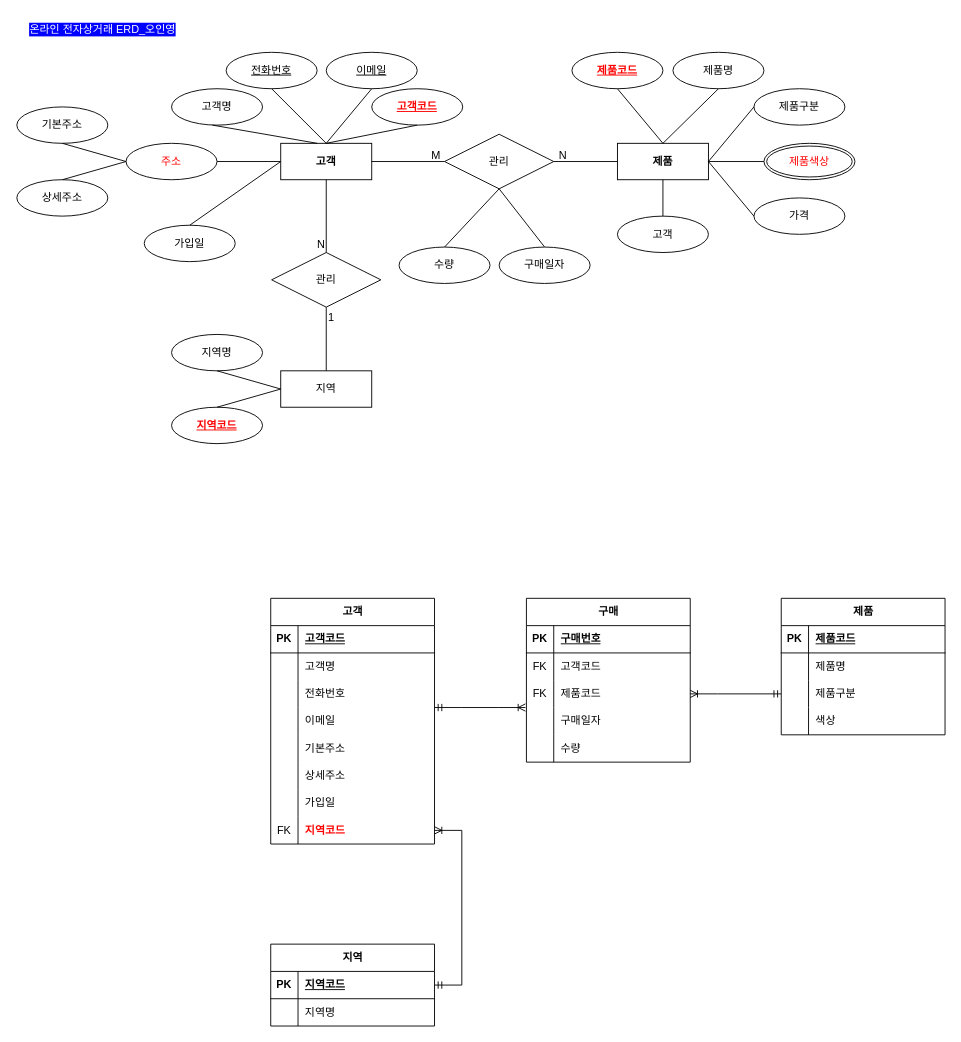
Above: prodeuct.drawio in oin1230/OIN (draw.io), before the change. Source tidied: cells renumbered, new cells numbered last; positions are measured from the earlier drawing's top-left corner, leaving out a move shared by most shapes. Both pictures are drawn from the tidied source at 91%, with x=0, y=0 at pixel (15, 15).
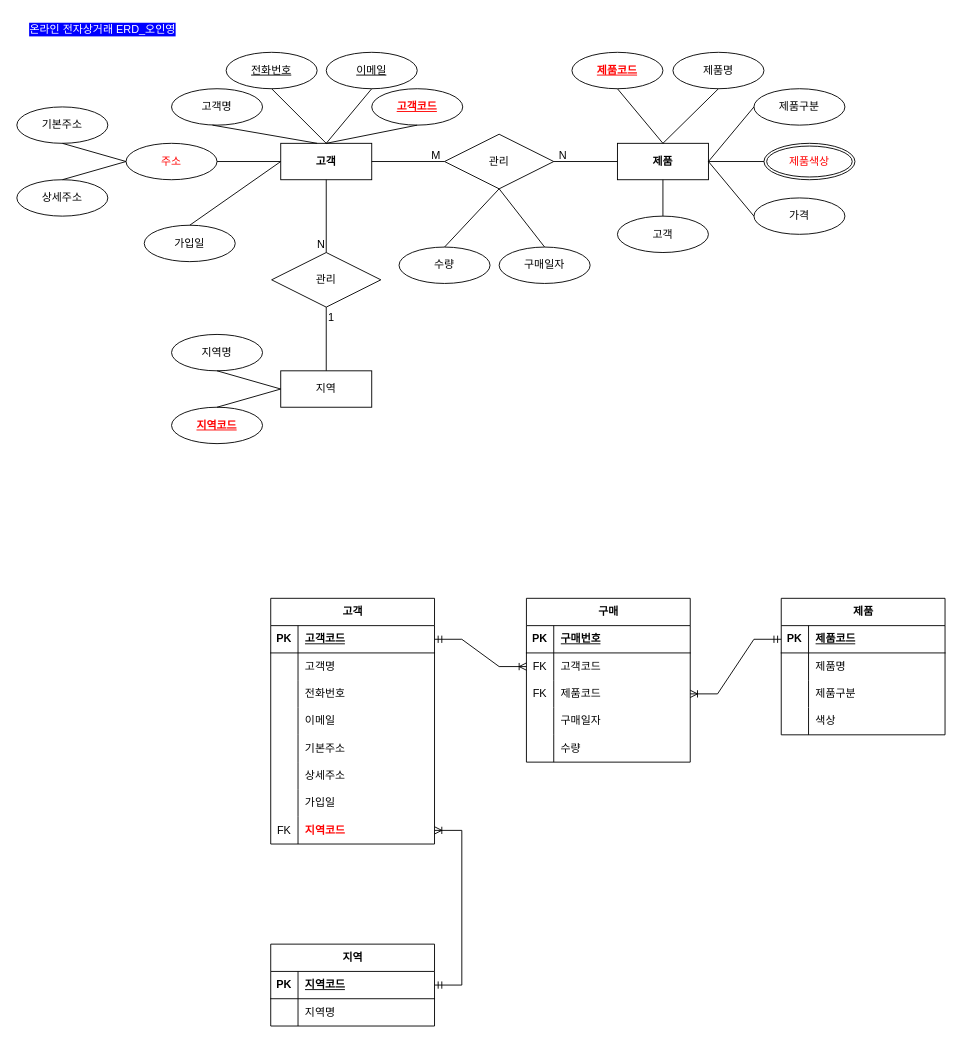
The same diagram, later.

The change refers to these unchanged cells:
```xml
<mxCell id="54" style="shape=tableRow;horizontal=0;startSize=0;swimlaneHead=0;swimlaneBody=0;fillColor=none;points=[[0,0.5],[1,0.5]];portConstraint=eastwest;top=0;left=0;right=0;bottom=1;" parent="53" vertex="1">
  <mxGeometry y="30" width="180" height="30" as="geometry" />
</mxCell>
<mxCell id="86" style="shape=tableRow;horizontal=0;startSize=0;swimlaneHead=0;swimlaneBody=0;fillColor=none;points=[[0,0.5],[1,0.5]];portConstraint=eastwest;top=0;left=0;right=0;bottom=1;" parent="85" vertex="1">
  <mxGeometry y="30" width="180" height="30" as="geometry" />
</mxCell>
<mxCell id="92" style="shape=tableRow;horizontal=0;startSize=0;swimlaneHead=0;swimlaneBody=0;fillColor=none;points=[[0,0.5],[1,0.5]];portConstraint=eastwest;top=0;left=0;right=0;bottom=0;" parent="85" vertex="1">
  <mxGeometry y="90" width="180" height="30" as="geometry" />
</mxCell>
<mxCell id="102" style="shape=tableRow;horizontal=0;startSize=0;swimlaneHead=0;swimlaneBody=0;fillColor=none;points=[[0,0.5],[1,0.5]];portConstraint=eastwest;top=0;left=0;right=0;bottom=0;" parent="98" vertex="1">
  <mxGeometry y="60" width="180" height="30" as="geometry" />
</mxCell>
<mxCell id="105" style="shape=tableRow;horizontal=0;startSize=0;swimlaneHead=0;swimlaneBody=0;fillColor=none;points=[[0,0.5],[1,0.5]];portConstraint=eastwest;top=0;left=0;right=0;bottom=0;" parent="98" vertex="1">
  <mxGeometry y="90" width="180" height="30" as="geometry" />
</mxCell>
<mxCell id="108" style="shape=tableRow;horizontal=0;startSize=0;swimlaneHead=0;swimlaneBody=0;fillColor=none;points=[[0,0.5],[1,0.5]];portConstraint=eastwest;top=0;left=0;right=0;bottom=0;" parent="98" vertex="1">
  <mxGeometry y="120" width="180" height="30" as="geometry" />
</mxCell>
```

Diff of the diagram source:
```diff
@@
-    <mxCell id="115" style="edgeStyle=entityRelationEdgeStyle;fontSize=12;html=1;endArrow=ERoneToMany;startArrow=ERmandOne;rounded=0;exitX=0.006;exitY=0;exitDx=0;exitDy=0;exitPerimeter=0;entryX=-0.006;entryY=0;entryDx=0;entryDy=0;entryPerimeter=0;" parent="1" edge="1" target="108">
+    <mxCell id="115" style="edgeStyle=entityRelationEdgeStyle;fontSize=12;html=1;endArrow=ERoneToMany;startArrow=ERmandOne;rounded=0;exitX=1;exitY=0.5;exitDx=0;exitDy=0;entryX=0;entryY=0.5;entryDx=0;entryDy=0;" parent="1" edge="1" source="54" target="102">
       <mxGeometry relative="1" as="geometry">
-        <mxPoint x="460" y="760" as="sourcePoint" />
         <Array as="points">
           <mxPoint x="529.9" y="900" />
           <mxPoint x="511" y="750" />
           <mxPoint x="529.9" y="880" />
         </Array>
       </mxGeometry>
     </mxCell>
-    <mxCell id="116" style="edgeStyle=entityRelationEdgeStyle;fontSize=12;html=1;endArrow=ERoneToMany;startArrow=ERmandOne;rounded=0;exitX=0;exitY=0.5;exitDx=0;exitDy=0;entryX=1;entryY=0.5;entryDx=0;entryDy=0;" parent="1" edge="1" source="92" target="105">
+    <mxCell id="116" style="edgeStyle=entityRelationEdgeStyle;fontSize=12;html=1;endArrow=ERoneToMany;startArrow=ERmandOne;rounded=0;exitX=0;exitY=0.5;exitDx=0;exitDy=0;entryX=1;entryY=0.5;entryDx=0;entryDy=0;" parent="1" edge="1" source="86" target="105">
       <mxGeometry relative="1" as="geometry" />
     </mxCell>
```
